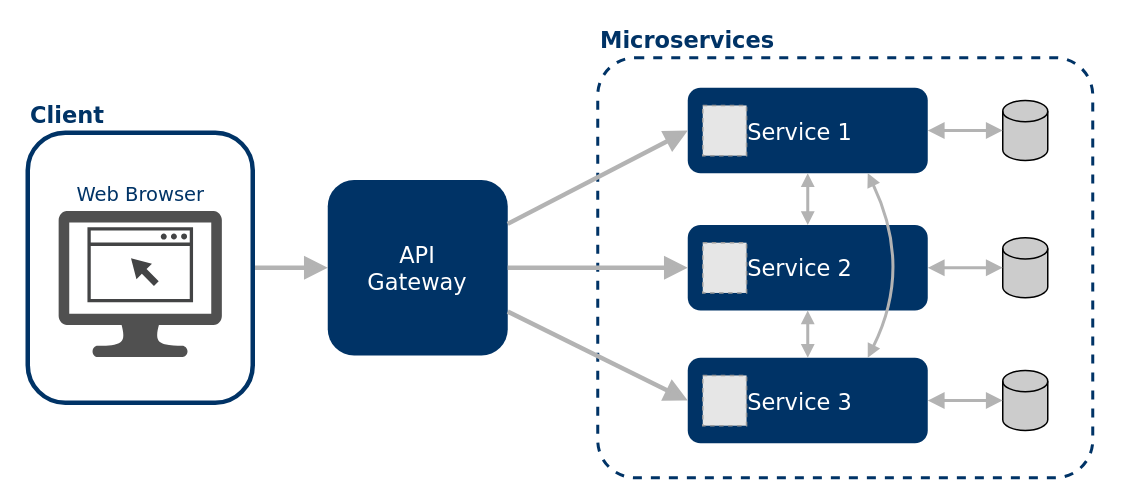
Before: docs/assets/diagramas/arquitetura.drawio in fga-eps-mds/2024.1-PrintGo-Doc, a draw.io diagram. Source tidied: cells renumbered, new cells numbered last; positions are measured from the earlier drawing's top-left corner, leaving out a move shared by most shapes. Both pictures are drawn from the tidied source at 150%, with x=0, y=0 at pixel (27, 57). Pictures stored in the file or linked from it are replaced by grey dashed boxes.
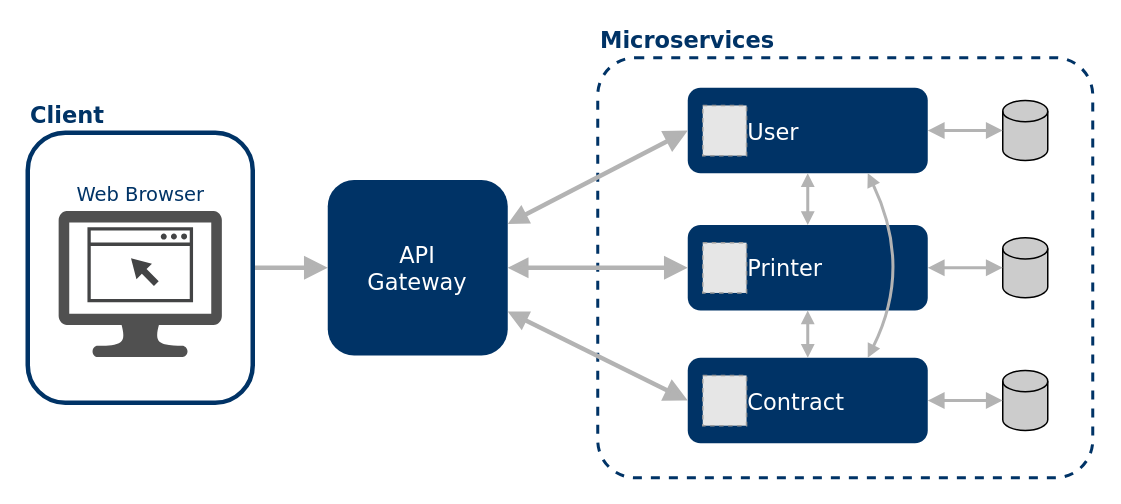
After the change.

Commit message (it also covers changes not shown here):
docs[arquitetura]: melhora diagrama e doc de arquitetura

Unchanged cells that the change refers to:
```xml
<mxCell id="4" value="API&lt;br&gt;Gateway" style="rounded=1;whiteSpace=wrap;html=1;fontFamily=Verdana;fontSize=15;strokeWidth=1;fillColor=#003366;fontColor=#FFFFFF;strokeColor=none;" parent="1" vertex="1">
  <mxGeometry x="200" y="81.5" width="120" height="117" as="geometry" />
</mxCell>
<mxCell id="11" style="group;" parent="1" vertex="1">
  <mxGeometry x="440" y="111.5" width="160" height="57" as="geometry" />
</mxCell>
<mxCell id="16" style="group;" parent="1" vertex="1">
  <mxGeometry x="440" y="200" width="160" height="57" as="geometry" />
</mxCell>
<mxCell id="21" style="group;" parent="1" vertex="1">
  <mxGeometry x="440" y="20" width="160" height="57" as="geometry" />
</mxCell>
```

What changed in the source:
```diff
@@
-    <mxCell id="12" value="&lt;span style=&quot;white-space: pre;&quot;&gt;&#9;&lt;/span&gt;Service 2" style="rounded=1;whiteSpace=wrap;html=1;fontFamily=Verdana;fontSize=15;strokeWidth=1;fillColor=#003366;fontColor=#FFFFFF;strokeColor=none;align=left;" parent="11" vertex="1">
+    <mxCell id="12" value="&lt;span style=&quot;white-space: pre;&quot;&gt;&#9;&lt;/span&gt;Printer" style="rounded=1;whiteSpace=wrap;html=1;fontFamily=Verdana;fontSize=15;strokeWidth=1;fillColor=#003366;fontColor=#FFFFFF;strokeColor=none;align=left;" parent="11" vertex="1">
       <mxGeometry width="160" height="57" as="geometry" />
     </mxCell>
@@
-    <mxCell id="17" value="&lt;span style=&quot;white-space: pre;&quot;&gt;&#9;&lt;/span&gt;Service 3" style="rounded=1;whiteSpace=wrap;html=1;fontFamily=Verdana;fontSize=15;strokeWidth=1;fillColor=#003366;fontColor=#FFFFFF;strokeColor=none;align=left;" parent="16" vertex="1">
+    <mxCell id="17" value="&lt;span style=&quot;white-space: pre;&quot;&gt;&#9;&lt;/span&gt;Contract" style="rounded=1;whiteSpace=wrap;html=1;fontFamily=Verdana;fontSize=15;strokeWidth=1;fillColor=#003366;fontColor=#FFFFFF;strokeColor=none;align=left;" parent="16" vertex="1">
       <mxGeometry width="160" height="57" as="geometry" />
     </mxCell>
@@
-    <mxCell id="19" style="shape=cylinder3;whiteSpace=wrap;html=1;boundedLbl=1;backgroundOutline=1;size=7.085261855014551;rounded=1;shadow=0;fontSize=10;fontColor=#003366;fillColor=#CCCCCC;fontFamily=Verdana;fontStyle=0;fillStyle=auto;gradientColor=none;gradientDirection=north;" parent="1" vertex="1">
+    <mxCell id="19" style="shape=cylinder3;whiteSpace=wrap;html=1;boundedLbl=1;backgroundOutline=1;size=7.085261855014551;rounded=1;shadow=0;fontSize=6;fontColor=#003366;fillColor=#CCCCCC;fontFamily=Verdana;fontStyle=0;fillStyle=auto;gradientColor=none;gradientDirection=north;labelPosition=center;verticalLabelPosition=bottom;align=center;verticalAlign=top;horizontal=1;" parent="1" vertex="1">
       <mxGeometry x="650" y="28.5" width="30" height="40" as="geometry" />
     </mxCell>
@@
-    <mxCell id="22" value="&lt;span style=&quot;white-space: pre;&quot;&gt;&#9;&lt;/span&gt;Service 1" style="rounded=1;whiteSpace=wrap;html=1;fontFamily=Verdana;fontSize=15;strokeWidth=1;fillColor=#003366;fontColor=#FFFFFF;strokeColor=none;align=left;" parent="21" vertex="1">
+    <mxCell id="22" value="&lt;span style=&quot;white-space: pre;&quot;&gt;&#9;&lt;/span&gt;User" style="rounded=1;whiteSpace=wrap;html=1;fontFamily=Verdana;fontSize=15;strokeWidth=1;fillColor=#003366;fontColor=#FFFFFF;strokeColor=none;align=left;" parent="21" vertex="1">
       <mxGeometry width="160" height="57" as="geometry" />
     </mxCell>
@@
-    <mxCell id="24" style="edgeStyle=none;html=1;exitX=1;exitY=0.25;exitDx=0;exitDy=0;entryX=0;entryY=0.5;entryDx=0;entryDy=0;fontFamily=Verdana;fontSize=13;endArrow=block;endFill=1;strokeWidth=3;fontColor=#006633;strokeColor=#B3B3B3;jumpSize=6;targetPerimeterSpacing=0;endSize=8;jumpStyle=none;" parent="1" edge="1" source="4" target="22">
+    <mxCell id="24" style="edgeStyle=none;html=1;exitX=1;exitY=0.25;exitDx=0;exitDy=0;entryX=0;entryY=0.5;entryDx=0;entryDy=0;fontFamily=Verdana;fontSize=13;endArrow=block;endFill=1;strokeWidth=3;fontColor=#006633;strokeColor=#B3B3B3;jumpSize=6;targetPerimeterSpacing=0;endSize=8;jumpStyle=none;startArrow=block;startFill=1;" parent="1" edge="1" source="4" target="22">
       <mxGeometry relative="1" as="geometry" />
     </mxCell>
-    <mxCell id="25" style="edgeStyle=none;html=1;exitX=1;exitY=0.5;exitDx=0;exitDy=0;entryX=0;entryY=0.5;entryDx=0;entryDy=0;fontFamily=Verdana;fontSize=13;endArrow=block;endFill=1;strokeWidth=3;fontColor=#006633;strokeColor=#B3B3B3;jumpSize=6;targetPerimeterSpacing=0;endSize=8;jumpStyle=none;" parent="1" edge="1" source="4" target="12">
+    <mxCell id="25" style="edgeStyle=none;html=1;exitX=1;exitY=0.5;exitDx=0;exitDy=0;entryX=0;entryY=0.5;entryDx=0;entryDy=0;fontFamily=Verdana;fontSize=13;endArrow=block;endFill=1;strokeWidth=3;fontColor=#006633;strokeColor=#B3B3B3;jumpSize=6;targetPerimeterSpacing=0;endSize=8;jumpStyle=none;startArrow=block;startFill=1;" parent="1" edge="1" source="4" target="12">
       <mxGeometry relative="1" as="geometry" />
     </mxCell>
-    <mxCell id="26" style="edgeStyle=none;html=1;exitX=1;exitY=0.75;exitDx=0;exitDy=0;entryX=0;entryY=0.5;entryDx=0;entryDy=0;fontFamily=Verdana;fontSize=13;endArrow=block;endFill=1;strokeWidth=3;fontColor=#006633;strokeColor=#B3B3B3;jumpSize=6;targetPerimeterSpacing=0;endSize=8;jumpStyle=none;" parent="1" edge="1" source="4" target="17">
+    <mxCell id="26" style="edgeStyle=none;html=1;exitX=1;exitY=0.75;exitDx=0;exitDy=0;entryX=0;entryY=0.5;entryDx=0;entryDy=0;fontFamily=Verdana;fontSize=13;endArrow=block;endFill=1;strokeWidth=3;fontColor=#006633;strokeColor=#B3B3B3;jumpSize=6;targetPerimeterSpacing=0;endSize=8;jumpStyle=none;startArrow=block;startFill=1;" parent="1" edge="1" source="4" target="17">
       <mxGeometry relative="1" as="geometry" />
     </mxCell>
```
